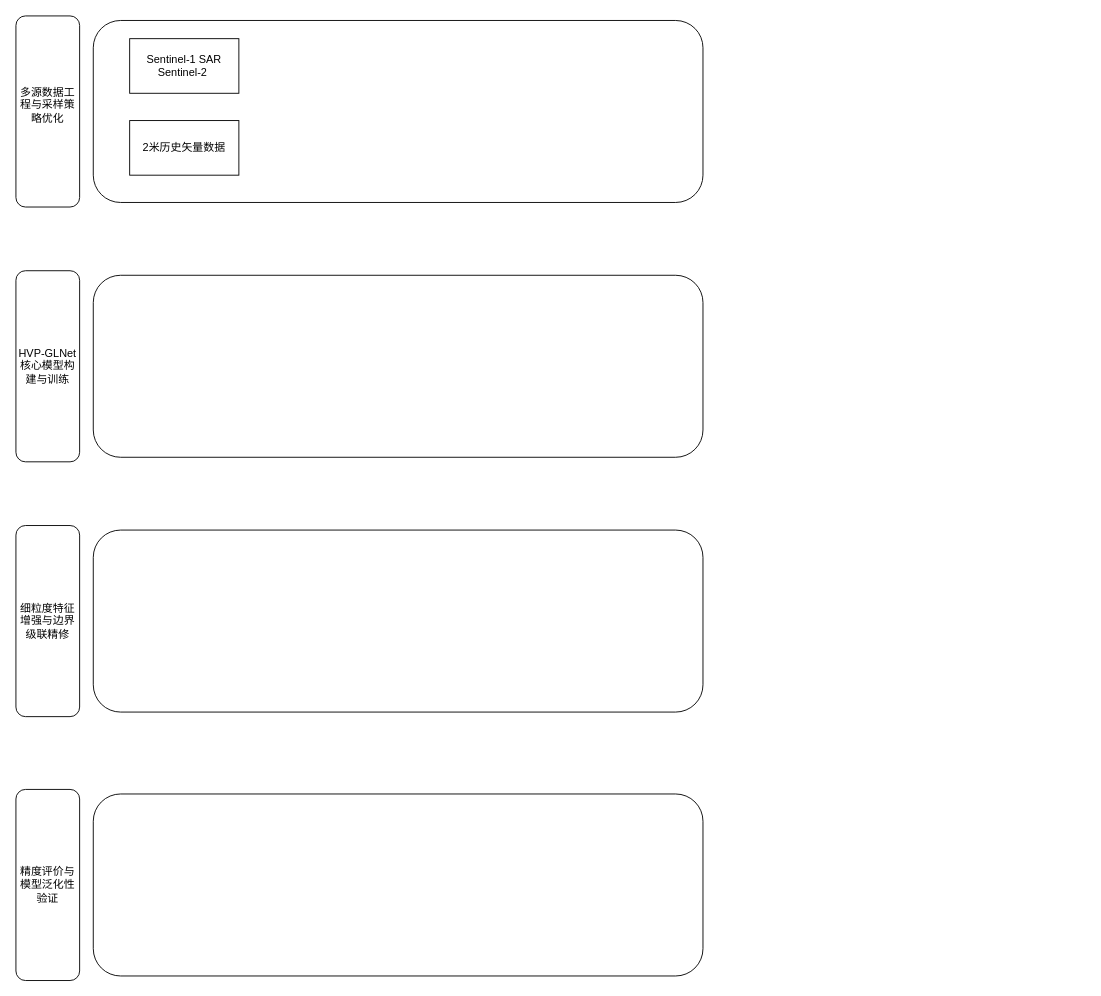
Above: 技术路线.drawio in jayzky/GEE-code (draw.io), before the change. Source tidied: cells renumbered, new cells numbered last; positions are measured from the earlier drawing's top-left corner, leaving out a move shared by most shapes. Both pictures are drawn from the tidied source at 91%, with x=0, y=0 at pixel (-48, 20).
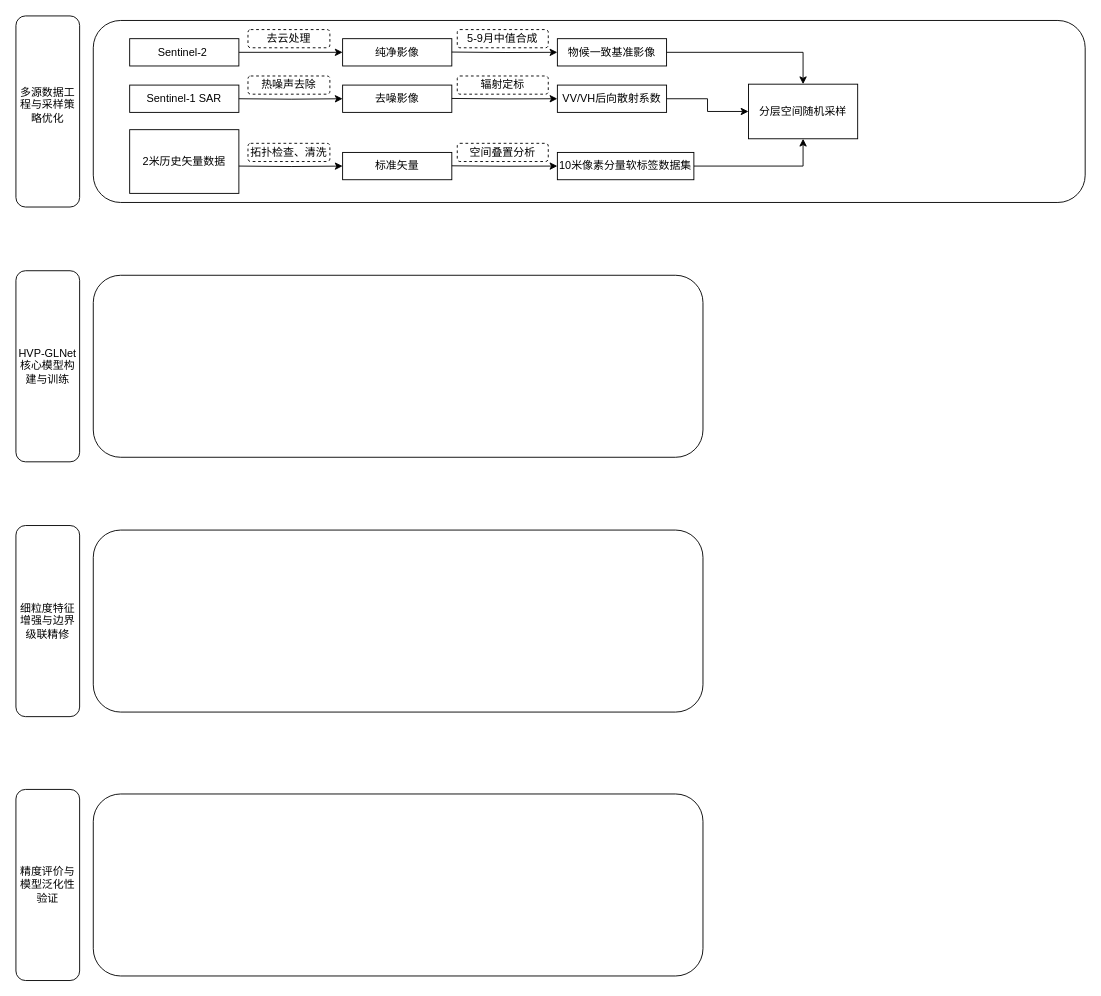
Above is the later version.

Commit message (it also covers changes not shown here):
更新技术路线.drawio

Change to the diagram source:
```diff
@@
     <mxCell id="2" style="rounded=1;whiteSpace=wrap;html=1;" parent="1" vertex="1">
-      <mxGeometry x="155" width="670" height="200" as="geometry" />
+      <mxGeometry x="155" width="1090" height="200" as="geometry" />
     </mxCell>
@@
+    <mxCell id="12" style="edgeStyle=orthogonalEdgeStyle;rounded=0;jettySize=auto;html=1;entryX=0;entryY=0.5;entryDx=0;entryDy=0;" parent="1" edge="1" source="10" target="14">
+      <mxGeometry relative="1" as="geometry" />
+    </mxCell>
-    <mxCell id="10" value="Sentinel-1 SAR&lt;div&gt;Sentinel-2&amp;nbsp;&lt;/div&gt;" style="rounded=0;whiteSpace=wrap;html=1;" parent="1" vertex="1">
-      <mxGeometry x="195" y="20" width="120" height="60" as="geometry" />
+    <mxCell id="10" value="&lt;div&gt;Sentinel-2&amp;nbsp;&lt;/div&gt;" style="rounded=0;whiteSpace=wrap;html=1;flipV=1;" parent="1" vertex="1">
+      <mxGeometry x="195" y="20" width="120" height="30" as="geometry" />
     </mxCell>
-    <mxCell id="11" value="2米历史矢量数据" style="rounded=0;whiteSpace=wrap;html=1;" parent="1" vertex="1">
-      <mxGeometry x="195" y="110" width="120" height="60" as="geometry" />
+    <mxCell id="11" value="2米历史矢量数据" style="rounded=0;whiteSpace=wrap;html=1;flipV=1;" parent="1" vertex="1">
+      <mxGeometry x="195" y="120" width="120" height="70" as="geometry" />
     </mxCell>
+    <mxCell id="13" value="Sentinel-1 SAR" style="rounded=0;whiteSpace=wrap;html=1;flipV=1;" parent="1" vertex="1">
+      <mxGeometry x="195" y="71" width="120" height="30" as="geometry" />
+    </mxCell>
+    <mxCell id="14" value="&lt;div&gt;纯净影像&lt;/div&gt;" style="rounded=0;whiteSpace=wrap;html=1;flipV=1;" parent="1" vertex="1">
+      <mxGeometry x="429" y="20" width="120" height="30" as="geometry" />
+    </mxCell>
+    <mxCell id="15" value="去云处理" style="rounded=1;whiteSpace=wrap;html=1;dashed=1;" parent="1" vertex="1">
+      <mxGeometry x="325" y="10" width="90" height="20" as="geometry" />
+    </mxCell>
+    <mxCell id="16" style="edgeStyle=orthogonalEdgeStyle;rounded=0;jettySize=auto;html=1;entryX=0.5;entryY=0;entryDx=0;entryDy=0;" parent="1" edge="1" source="17" target="34">
+      <mxGeometry relative="1" as="geometry" />
+    </mxCell>
+    <mxCell id="17" value="&lt;div&gt;物候一致基准影像&lt;/div&gt;" style="rounded=0;whiteSpace=wrap;html=1;flipV=1;" parent="1" vertex="1">
+      <mxGeometry x="665" y="20" width="120" height="30" as="geometry" />
+    </mxCell>
+    <mxCell id="18" value="5-9月中值合成" style="rounded=1;whiteSpace=wrap;html=1;dashed=1;" parent="1" vertex="1">
+      <mxGeometry x="555" y="10" width="100" height="20" as="geometry" />
+    </mxCell>
+    <mxCell id="19" style="edgeStyle=orthogonalEdgeStyle;rounded=0;jettySize=auto;html=1;entryX=0;entryY=0.5;entryDx=0;entryDy=0;" parent="1" edge="1" target="17">
+      <mxGeometry relative="1" as="geometry">
+        <mxPoint x="549" y="34.7" as="sourcePoint" />
+      </mxGeometry>
+    </mxCell>
+    <mxCell id="20" style="edgeStyle=orthogonalEdgeStyle;rounded=0;jettySize=auto;html=1;entryX=0;entryY=0.5;entryDx=0;entryDy=0;" parent="1" edge="1" target="21">
+      <mxGeometry relative="1" as="geometry">
+        <mxPoint x="315" y="86" as="sourcePoint" />
+      </mxGeometry>
+    </mxCell>
+    <mxCell id="21" value="&lt;div&gt;去噪影像&lt;/div&gt;" style="rounded=0;whiteSpace=wrap;html=1;flipV=1;" parent="1" vertex="1">
+      <mxGeometry x="429" y="71" width="120" height="30" as="geometry" />
+    </mxCell>
+    <mxCell id="22" value="热噪声去除" style="rounded=1;whiteSpace=wrap;html=1;dashed=1;" parent="1" vertex="1">
+      <mxGeometry x="325" y="61" width="90" height="20" as="geometry" />
+    </mxCell>
+    <mxCell id="23" style="edgeStyle=orthogonalEdgeStyle;rounded=0;jettySize=auto;html=1;entryX=0;entryY=0.5;entryDx=0;entryDy=0;" parent="1" edge="1" source="24" target="34">
+      <mxGeometry relative="1" as="geometry" />
+    </mxCell>
+    <mxCell id="24" value="&lt;div&gt;VV/VH后向散射系数&lt;/div&gt;" style="rounded=0;whiteSpace=wrap;html=1;flipV=1;" parent="1" vertex="1">
+      <mxGeometry x="665" y="71" width="120" height="30" as="geometry" />
+    </mxCell>
+    <mxCell id="25" value="辐射定标" style="rounded=1;whiteSpace=wrap;html=1;dashed=1;" parent="1" vertex="1">
+      <mxGeometry x="555" y="61" width="100" height="20" as="geometry" />
+    </mxCell>
+    <mxCell id="26" style="edgeStyle=orthogonalEdgeStyle;rounded=0;jettySize=auto;html=1;entryX=0;entryY=0.5;entryDx=0;entryDy=0;" parent="1" edge="1" target="24">
+      <mxGeometry relative="1" as="geometry">
+        <mxPoint x="549" y="85.7" as="sourcePoint" />
+      </mxGeometry>
+    </mxCell>
+    <mxCell id="27" style="edgeStyle=orthogonalEdgeStyle;rounded=0;jettySize=auto;html=1;entryX=0;entryY=0.5;entryDx=0;entryDy=0;" parent="1" edge="1" target="28">
+      <mxGeometry relative="1" as="geometry">
+        <mxPoint x="315" y="160" as="sourcePoint" />
+      </mxGeometry>
+    </mxCell>
+    <mxCell id="28" value="&lt;div&gt;标准矢量&lt;/div&gt;" style="rounded=0;whiteSpace=wrap;html=1;flipV=1;" parent="1" vertex="1">
+      <mxGeometry x="429" y="145" width="120" height="30" as="geometry" />
+    </mxCell>
+    <mxCell id="29" value="拓扑检查、清洗" style="rounded=1;whiteSpace=wrap;html=1;dashed=1;" parent="1" vertex="1">
+      <mxGeometry x="325" y="135" width="90" height="20" as="geometry" />
+    </mxCell>
+    <mxCell id="30" style="edgeStyle=orthogonalEdgeStyle;rounded=0;jettySize=auto;html=1;entryX=0.5;entryY=1;entryDx=0;entryDy=0;" parent="1" edge="1" source="31" target="34">
+      <mxGeometry relative="1" as="geometry" />
+    </mxCell>
+    <mxCell id="31" value="&lt;div&gt;10米像素分量软标签数据集&lt;/div&gt;" style="rounded=0;whiteSpace=wrap;html=1;flipV=1;" parent="1" vertex="1">
+      <mxGeometry x="665" y="145" width="150" height="30" as="geometry" />
+    </mxCell>
+    <mxCell id="32" value="空间叠置分析" style="rounded=1;whiteSpace=wrap;html=1;dashed=1;" parent="1" vertex="1">
+      <mxGeometry x="555" y="135" width="100" height="20" as="geometry" />
+    </mxCell>
+    <mxCell id="33" style="edgeStyle=orthogonalEdgeStyle;rounded=0;jettySize=auto;html=1;entryX=0;entryY=0.5;entryDx=0;entryDy=0;" parent="1" edge="1" target="31">
+      <mxGeometry relative="1" as="geometry">
+        <mxPoint x="549" y="159.7" as="sourcePoint" />
+      </mxGeometry>
+    </mxCell>
+    <mxCell id="34" value="分层空间随机采样" style="rounded=0;whiteSpace=wrap;html=1;" parent="1" vertex="1">
+      <mxGeometry x="875" y="70" width="120" height="60" as="geometry" />
+    </mxCell>
```
